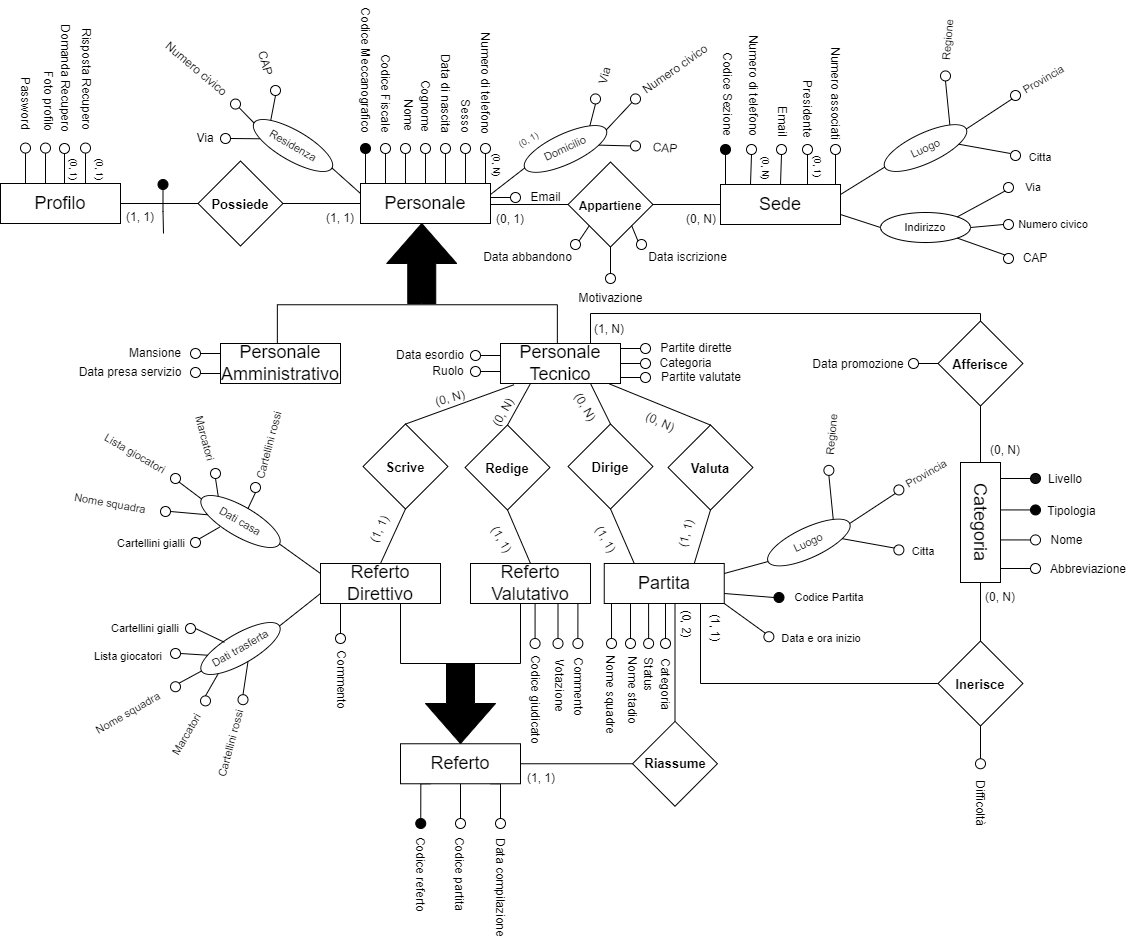
Earlier version of the draw.io export ERDiagram/WhistleER.drawio.png (savernike/DiagramsSet). Source tidied: cells renumbered, new cells last; positions are measured from the earlier drawing's top-left corner, leaving out a move shared by most shapes.
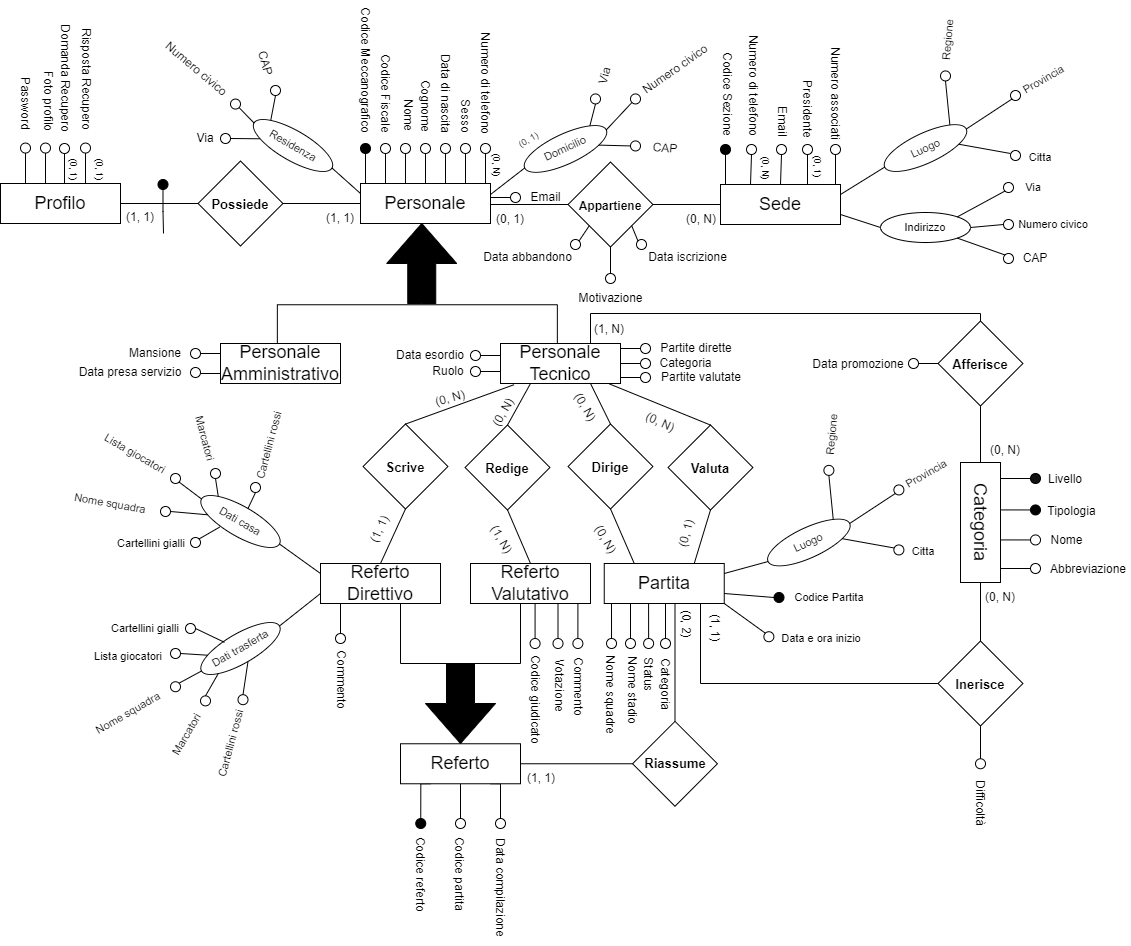
After the change.

Commit message:
Aggiornate cardinalità per figli di Referto

What changed in the source:
```diff
@@ -796,13 +796,13 @@
     <mxCell id="259" value="(0, N)" style="text;strokeColor=none;align=center;fillColor=none;html=1;verticalAlign=middle;whiteSpace=wrap;rounded=0;rotation=25;" parent="1" vertex="1">
       <mxGeometry x="652" y="383" width="40" height="30" as="geometry" />
     </mxCell>
-    <mxCell id="260" value="(1, 1)" style="text;strokeColor=none;align=center;fillColor=none;html=1;verticalAlign=middle;whiteSpace=wrap;rounded=0;rotation=60;" parent="1" vertex="1">
+    <mxCell id="260" value="(1, N)" style="text;strokeColor=none;align=center;fillColor=none;html=1;verticalAlign=middle;whiteSpace=wrap;rounded=0;rotation=60;" parent="1" vertex="1">
       <mxGeometry x="492.9" y="500.4" width="40" height="30" as="geometry" />
     </mxCell>
-    <mxCell id="261" value="(1, 1)" style="text;strokeColor=none;align=center;fillColor=none;html=1;verticalAlign=middle;whiteSpace=wrap;rounded=0;rotation=60;" parent="1" vertex="1">
+    <mxCell id="261" value="(0, N)" style="text;strokeColor=none;align=center;fillColor=none;html=1;verticalAlign=middle;whiteSpace=wrap;rounded=0;rotation=60;" parent="1" vertex="1">
       <mxGeometry x="597" y="500.4" width="40" height="30" as="geometry" />
     </mxCell>
-    <mxCell id="262" value="(1, 1)" style="text;strokeColor=none;align=center;fillColor=none;html=1;verticalAlign=middle;whiteSpace=wrap;rounded=0;rotation=-75;" parent="1" vertex="1">
+    <mxCell id="262" value="(0, 1)" style="text;strokeColor=none;align=center;fillColor=none;html=1;verticalAlign=middle;whiteSpace=wrap;rounded=0;rotation=-75;" parent="1" vertex="1">
       <mxGeometry x="678" y="494" width="40" height="30" as="geometry" />
     </mxCell>
     <mxCell id="263" style="edgeStyle=orthogonalEdgeStyle;shape=connector;rounded=0;jettySize=auto;html=1;exitX=0;exitY=0;exitDx=0;exitDy=0;entryX=0.81;entryY=1;entryDx=0;entryDy=0;entryPerimeter=0;labelBackgroundColor=default;strokeColor=default;fontFamily=Helvetica;fontSize=11;fontColor=default;endArrow=none;endFill=0;" parent="1" edge="1" source="264" target="149">
```
